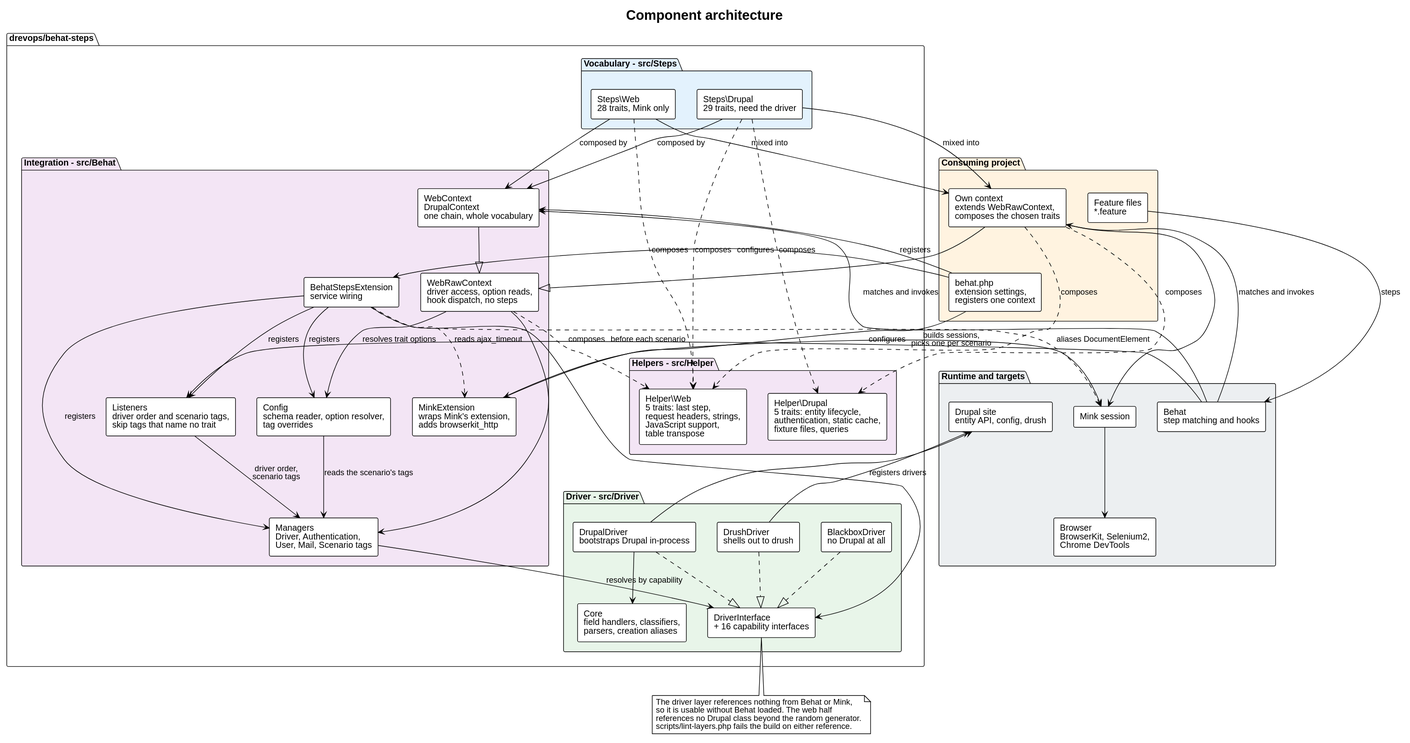
This is docs/architecture/architecture.svg from drevops/behat-steps, a PlantUML export, as it was before one commit.
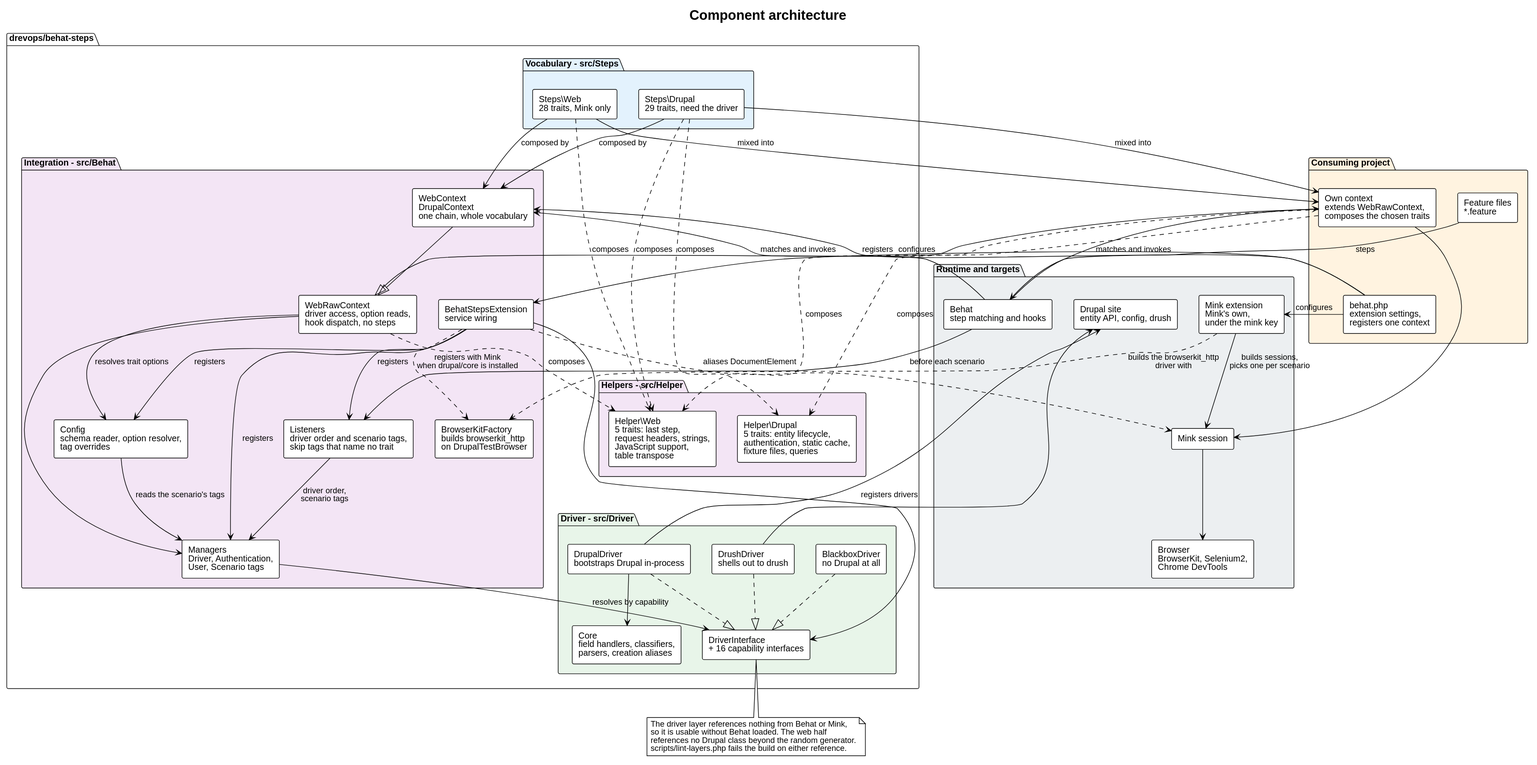
The same diagram one commit later.

Commit message:
[#811] Updated the architecture docs for Mink's own extension and the 'BrowserKitFactory' registration.

The edit, as a diff of the source:
```diff
@@ -28,10 +28,10 @@
     component "BehatStepsExtension\nservice wiring" as Ext
     component "WebRawContext\ndriver access, option reads,\nhook dispatch, no steps" as WebRawCtx
     component "WebContext\nDrupalContext\none chain, whole vocabulary" as Vocabularies
-    component "Managers\nDriver, Authentication,\nUser, Mail, Scenario tags" as Managers
+    component "Managers\nDriver, Authentication,\nUser, Scenario tags" as Managers
     component "Listeners\ndriver order and scenario tags,\nskip tags that name no trait" as Listeners
     component "Config\nschema reader, option resolver,\ntag overrides" as OptionConfig
-    component "MinkExtension\nwraps Mink's extension,\nadds browserkit_http" as MinkExt
+    component "BrowserKitFactory\nbuilds browserkit_http\non DrupalTestBrowser" as BrowserKit
   }
 
   package "Driver - src/Driver" #E8F5E9 {
@@ -45,6 +45,7 @@
 
 package "Runtime and targets" #ECEFF1 {
   component "Behat\nstep matching and hooks" as Behat
+  component "Mink extension\nMink's own,\nunder the mink key" as MinkExt
   component "Mink session" as Mink
   component "Browser\nBrowserKit, Selenium2,\nChrome DevTools" as Browser
   component "Drupal site\nentity API, config, drush" as Site
@@ -76,7 +77,7 @@
 Behat --> Listeners : before each scenario
 Listeners --> Managers : driver order,\nscenario tags
 Ext --> DriverIface : registers drivers
-Ext ..> MinkExt : reads ajax_timeout
+Ext ..> BrowserKit : registers with Mink\nwhen drupal/core is installed
 Ext ..> Mink : aliases DocumentElement
 WebRawCtx --> Managers
 WebRawCtx --> OptionConfig : resolves trait options
@@ -89,6 +90,7 @@
 DrupalDrv --> Core
 
 MinkExt --> Mink : builds sessions,\npicks one per scenario
+MinkExt ..> BrowserKit : builds the browserkit_http\ndriver with
 Consumer --> Mink
 Mink --> Browser
 DrupalDrv --> Site
```
